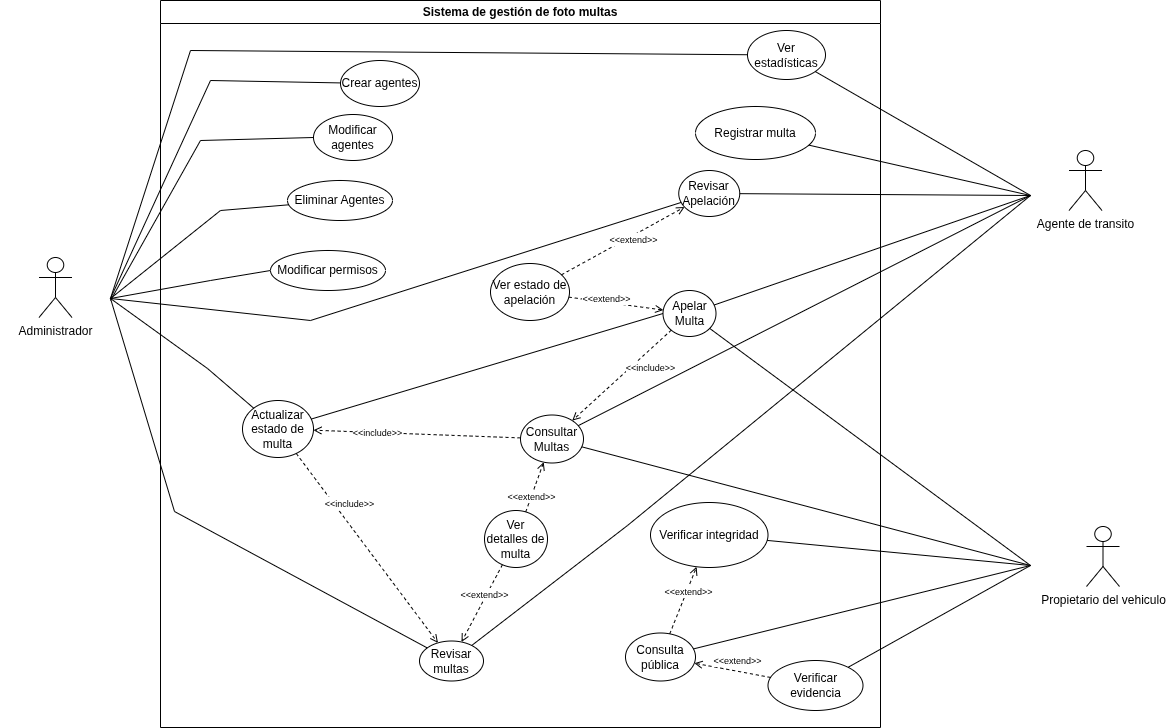
CristianGT089/fotomultas keeps this draw.io diagram as Images/CasosUso.png. Above is the earlier version. Source tidied: cells renumbered, new cells last; positions are measured from the earlier drawing's top-left corner, leaving out a move shared by most shapes.
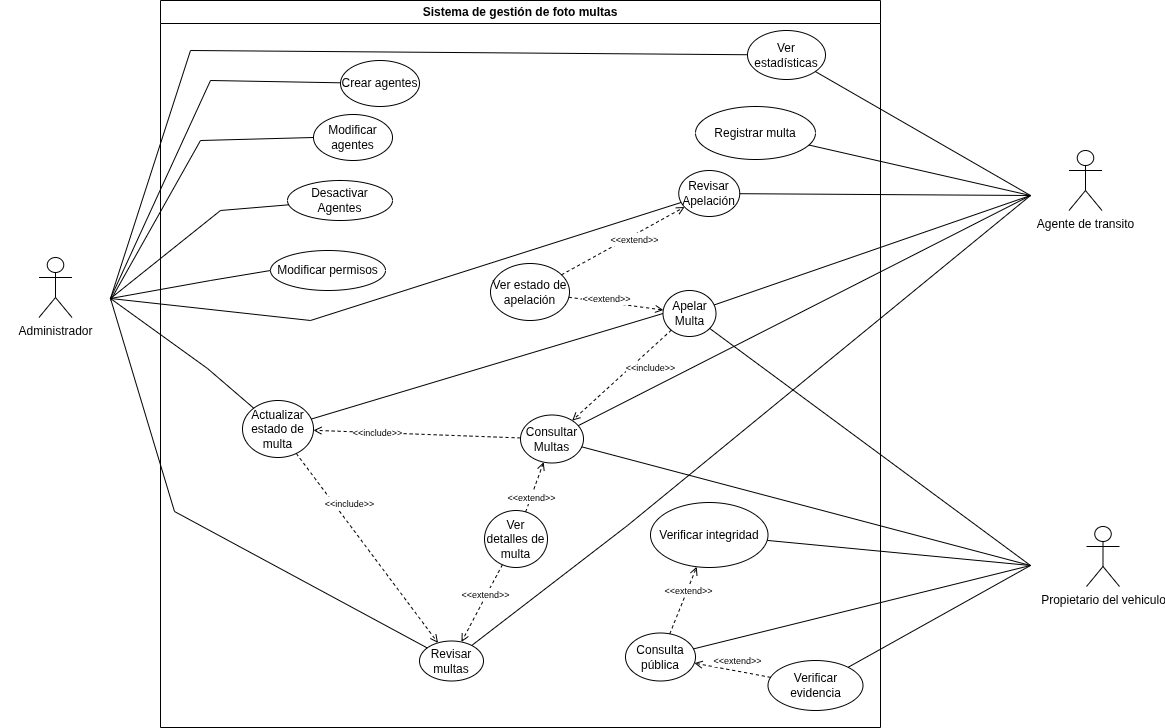
Above is the later version.

The edit, as a diff of the source:
```diff
@@ -120,7 +120,7 @@
         <mxPoint x="5" y="-10" as="offset" />
       </mxGeometry>
     </mxCell>
-    <mxCell id="36" value="Eliminar Agentes" style="ellipse;whiteSpace=wrap;html=1;" parent="2" vertex="1">
+    <mxCell id="36" value="Desactivar Agentes" style="ellipse;whiteSpace=wrap;html=1;" parent="2" vertex="1">
       <mxGeometry x="127" y="180" width="105" height="40" as="geometry" />
     </mxCell>
     <mxCell id="37" value="Modificar agentes" style="ellipse;whiteSpace=wrap;html=1;" parent="2" vertex="1">
```
